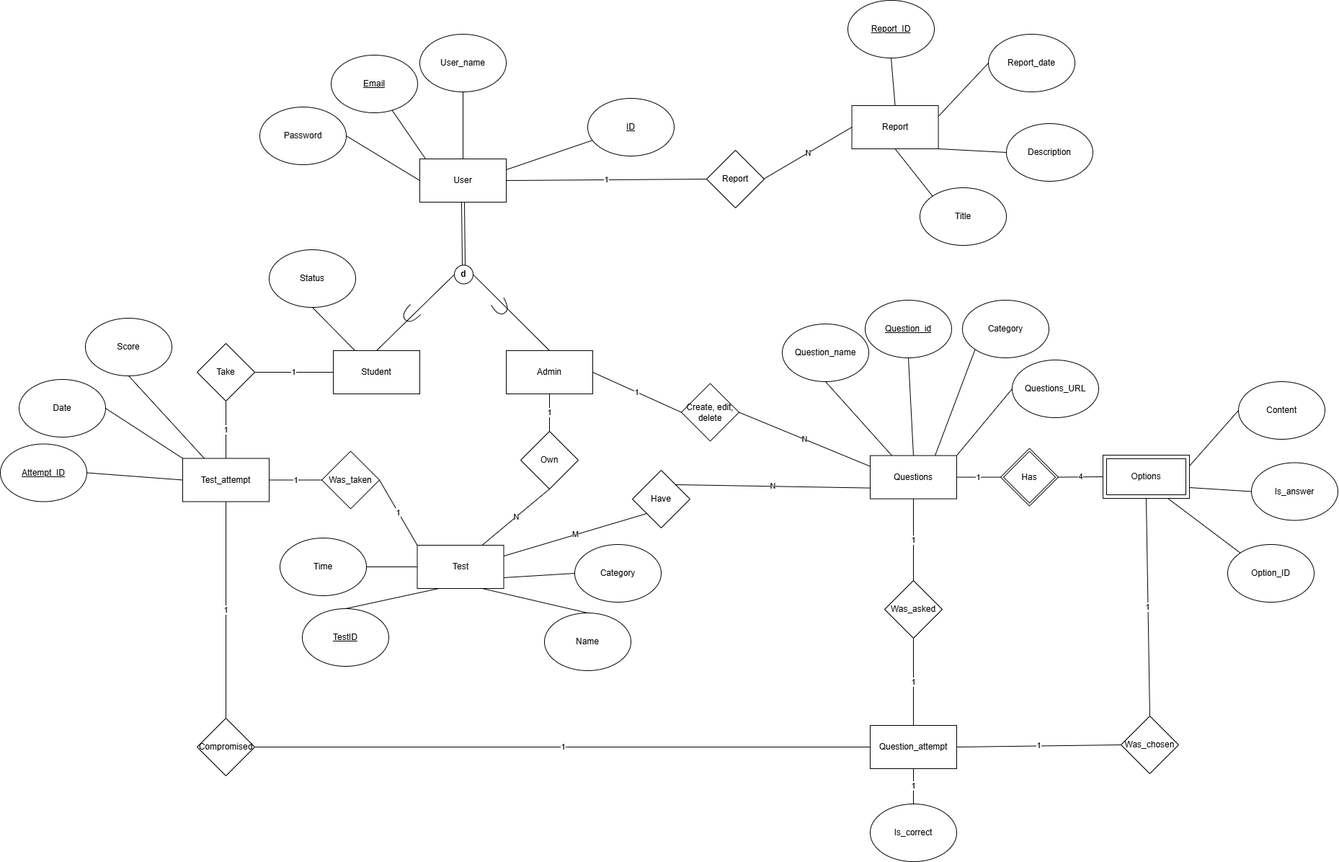
Earlier version of the draw.io export sql/MCQ_WEB-Eer diagram.drawio.png (Vinzecta/MCQ-Web). Source tidied: cells renumbered, new cells last; positions are measured from the earlier drawing's top-left corner, leaving out a move shared by most shapes.
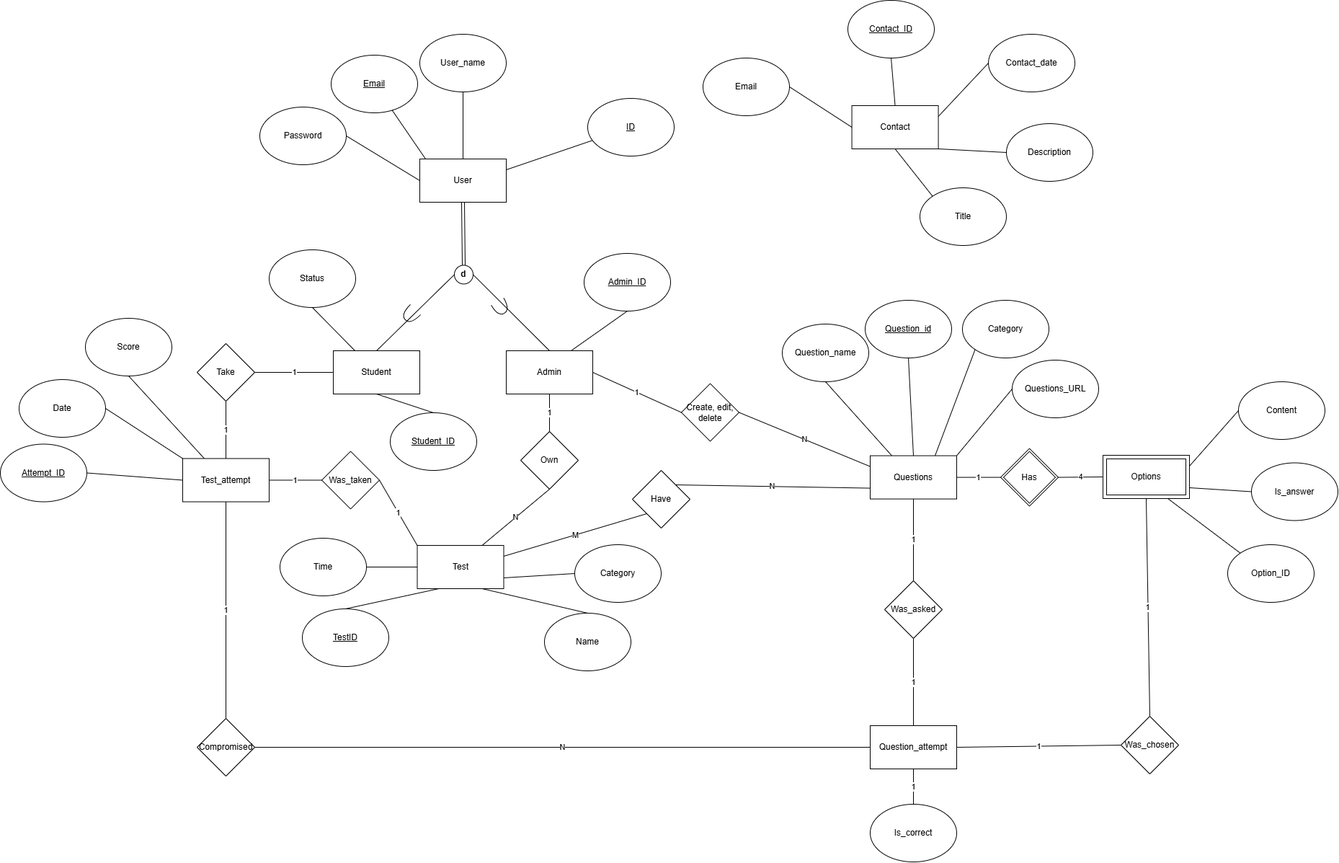
Later version of the same file.

Commit message:
change picture for eer, schema and work break down structure

Change to the diagram source:
```diff
@@ -172,19 +172,13 @@
     <mxCell id="57" value="1" style="endArrow=none;html=1;rounded=0;exitX=0;exitY=0.5;exitDx=0;exitDy=0;entryX=1;entryY=0.5;entryDx=0;entryDy=0;" parent="1" edge="1" source="87" target="88">
       <mxGeometry relative="1" as="geometry" />
     </mxCell>
-    <mxCell id="58" value="Report" style="rhombus;whiteSpace=wrap;html=1;" parent="1" vertex="1">
-      <mxGeometry x="980" y="208" width="80" height="80" as="geometry" />
-    </mxCell>
-    <mxCell id="59" value="Report" style="rounded=0;whiteSpace=wrap;html=1;" parent="1" vertex="1">
+    <mxCell id="59" value="Contact" style="rounded=0;whiteSpace=wrap;html=1;" parent="1" vertex="1">
       <mxGeometry x="1181.6" y="146" width="120" height="60" as="geometry" />
     </mxCell>
-    <mxCell id="60" value="N" style="endArrow=none;html=1;rounded=0;entryX=0;entryY=0.5;entryDx=0;entryDy=0;exitX=0.989;exitY=0.499;exitDx=0;exitDy=0;exitPerimeter=0;" parent="1" edge="1" source="58" target="59">
-      <mxGeometry relative="1" as="geometry" />
-    </mxCell>
-    <mxCell id="61" value="&lt;u&gt;Report_ID&lt;/u&gt;" style="ellipse;whiteSpace=wrap;html=1;" parent="1" vertex="1">
+    <mxCell id="61" value="&lt;u&gt;Contact_ID&lt;/u&gt;" style="ellipse;whiteSpace=wrap;html=1;" parent="1" vertex="1">
       <mxGeometry x="1176" width="120" height="80" as="geometry" />
     </mxCell>
-    <mxCell id="62" value="Report_date" style="ellipse;whiteSpace=wrap;html=1;" parent="1" vertex="1">
+    <mxCell id="62" value="Contact_date" style="ellipse;whiteSpace=wrap;html=1;" parent="1" vertex="1">
       <mxGeometry x="1371.1" y="47" width="120" height="80" as="geometry" />
     </mxCell>
     <mxCell id="63" style="endArrow=none;html=1;rounded=0;exitX=1;exitY=0.25;exitDx=0;exitDy=0;entryX=0;entryY=0.5;entryDx=0;entryDy=0;" parent="1" edge="1" source="59" target="62">
@@ -205,9 +199,6 @@
     <mxCell id="68" value="Title" style="ellipse;whiteSpace=wrap;html=1;" parent="1" vertex="1">
       <mxGeometry x="1276" y="260" width="120" height="80" as="geometry" />
     </mxCell>
-    <mxCell id="69" value="1" style="endArrow=none;html=1;rounded=0;exitX=1;exitY=0.5;exitDx=0;exitDy=0;entryX=0;entryY=0.5;entryDx=0;entryDy=0;" parent="1" edge="1" source="2" target="58">
-      <mxGeometry relative="1" as="geometry" />
-    </mxCell>
     <mxCell id="70" style="endArrow=none;html=1;rounded=0;exitX=0.25;exitY=0;exitDx=0;exitDy=0;entryX=0.5;entryY=1;entryDx=0;entryDy=0;" parent="1" edge="1" source="13" target="71">
       <mxGeometry relative="1" as="geometry" />
     </mxCell>
@@ -241,7 +232,7 @@
     <mxCell id="80" value="1" style="endArrow=none;html=1;rounded=0;exitX=0.5;exitY=0;exitDx=0;exitDy=0;entryX=0.5;entryY=1;entryDx=0;entryDy=0;" parent="1" edge="1" source="89" target="88">
       <mxGeometry relative="1" as="geometry" />
     </mxCell>
-    <mxCell id="81" value="1" style="endArrow=none;html=1;rounded=0;exitX=1;exitY=0.5;exitDx=0;exitDy=0;entryX=0;entryY=0.5;entryDx=0;entryDy=0;" parent="1" edge="1" source="89" target="92">
+    <mxCell id="81" value="N" style="endArrow=none;html=1;rounded=0;exitX=1;exitY=0.5;exitDx=0;exitDy=0;entryX=0;entryY=0.5;entryDx=0;entryDy=0;" parent="1" edge="1" source="89" target="92">
       <mxGeometry relative="1" as="geometry" />
     </mxCell>
     <mxCell id="82" value="1" style="endArrow=none;html=1;rounded=0;exitX=0.5;exitY=0;exitDx=0;exitDy=0;entryX=0.5;entryY=1;entryDx=0;entryDy=0;" parent="1" edge="1" source="91" target="42">
@@ -287,5 +278,23 @@
     <mxCell id="94" value="1" style="endArrow=none;html=1;rounded=0;exitX=0.5;exitY=0;exitDx=0;exitDy=0;entryX=0.5;entryY=1;entryDx=0;entryDy=0;" parent="1" edge="1" source="93" target="92">
       <mxGeometry relative="1" as="geometry" />
     </mxCell>
+    <mxCell id="95" value="Email" style="ellipse;whiteSpace=wrap;html=1;" parent="1" vertex="1">
+      <mxGeometry x="975" y="80" width="120" height="80" as="geometry" />
+    </mxCell>
+    <mxCell id="96" style="endArrow=none;html=1;rounded=0;exitX=1;exitY=0.5;exitDx=0;exitDy=0;entryX=0;entryY=0.5;entryDx=0;entryDy=0;" parent="1" edge="1" source="95" target="59">
+      <mxGeometry relative="1" as="geometry" />
+    </mxCell>
+    <mxCell id="97" value="&lt;u&gt;Admin_ID&lt;/u&gt;" style="ellipse;whiteSpace=wrap;html=1;" parent="1" vertex="1">
+      <mxGeometry x="810" y="351" width="120" height="80" as="geometry" />
+    </mxCell>
+    <mxCell id="98" style="endArrow=none;html=1;rounded=0;exitX=0.5;exitY=1;exitDx=0;exitDy=0;entryX=0.75;entryY=0;entryDx=0;entryDy=0;" parent="1" edge="1" source="97" target="14">
+      <mxGeometry relative="1" as="geometry" />
+    </mxCell>
+    <mxCell id="99" style="endArrow=none;html=1;rounded=0;entryX=0.5;entryY=1;entryDx=0;entryDy=0;exitX=0.5;exitY=0;exitDx=0;exitDy=0;" parent="1" edge="1" source="100" target="13">
+      <mxGeometry relative="1" as="geometry" />
+    </mxCell>
+    <mxCell id="100" value="&lt;u&gt;Student_ID&lt;/u&gt;" style="ellipse;whiteSpace=wrap;html=1;" parent="1" vertex="1">
+      <mxGeometry x="541" y="572" width="120" height="80" as="geometry" />
+    </mxCell>
   </root>
 </mxGraphModel>
```
